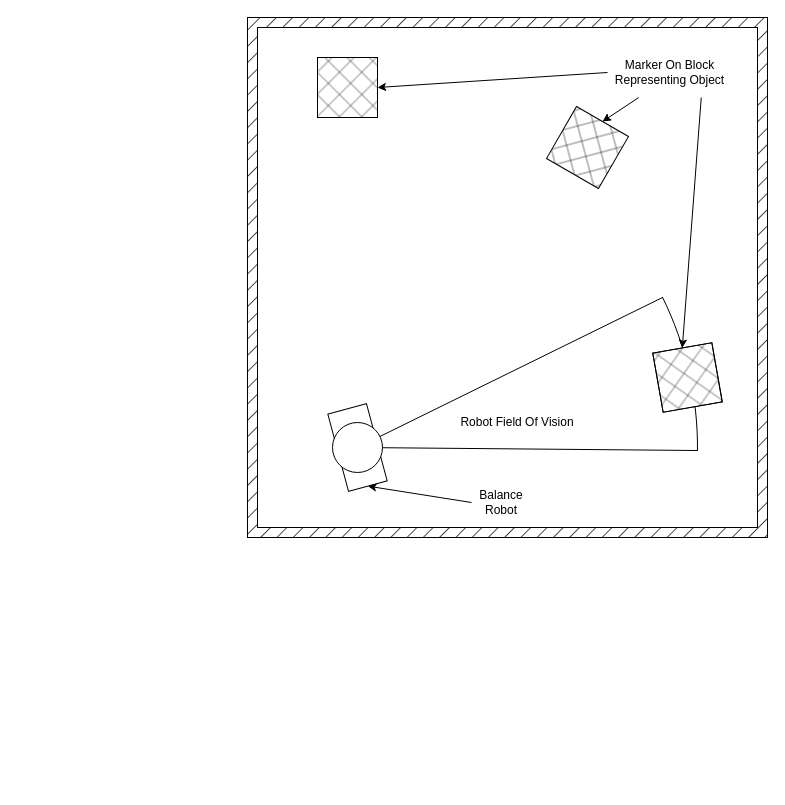
The draw.io diagram marker_proxy.drawio in mxwlc/ee2project-2024-robot-power, before the edit. Source tidied: cells renumbered, new cells numbered last; positions are measured from the earlier drawing's top-left corner, leaving out a move shared by most shapes. Both pictures are drawn from the tidied source at 100%, with x=0, y=0 at pixel (17, 17).
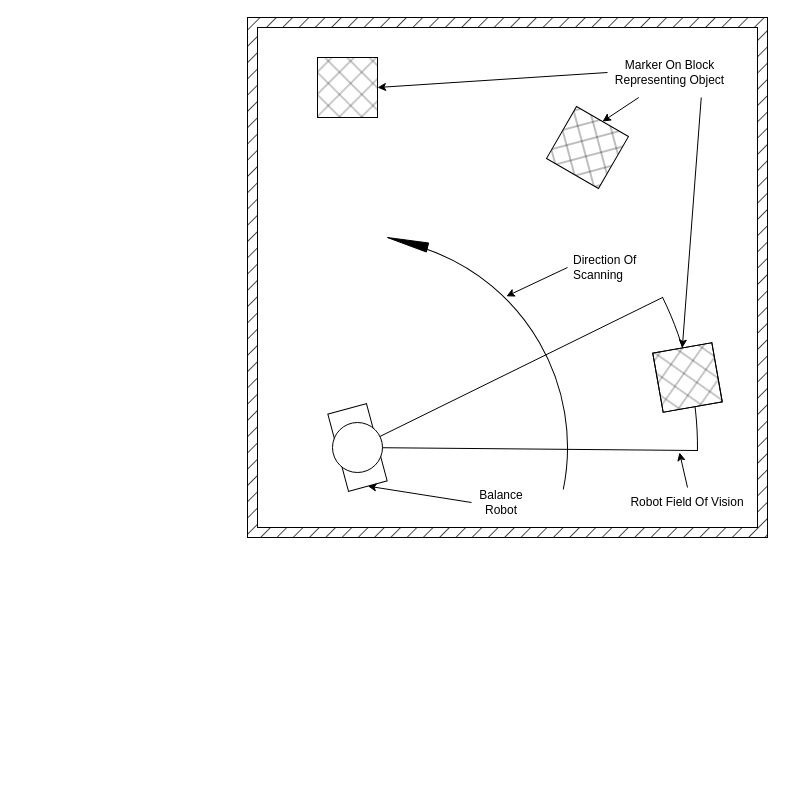
Above is the later version.

Diff of the diagram source:
```diff
@@
-    <mxCell id="5" style="group;fillColor=none;" parent="4" vertex="1">
-      <mxGeometry y="90" width="680" height="680" as="geometry" />
-    </mxCell>
-    <mxCell id="6" style="verticalLabelPosition=bottom;verticalAlign=top;html=1;shape=mxgraph.basic.arc;startAngle=0.6769589164706004;endAngle=0.7515914963824541;direction=west;" parent="5" vertex="1">
-      <mxGeometry width="680" height="680" as="geometry" />
+    <mxCell id="6" style="verticalLabelPosition=bottom;verticalAlign=top;html=1;shape=mxgraph.basic.arc;startAngle=0.6769589164706004;endAngle=0.7515914963824541;direction=west;fillColor=#2B2B2B;" parent="4" vertex="1">
+      <mxGeometry y="90" width="680" height="680" as="geometry" />
     </mxCell>
-    <mxCell id="7" style="group;" parent="5" vertex="1">
-      <mxGeometry x="340" y="190" width="340" height="153" as="geometry" />
+    <mxCell id="7" style="group;" parent="4" vertex="1">
+      <mxGeometry x="340" y="280" width="340" height="153" as="geometry" />
     </mxCell>
@@
+    <mxCell id="24" style="rounded=0;jettySize=auto;html=1;exitX=0.5;exitY=0;exitDx=0;exitDy=0;" parent="4" edge="1" source="10">
+      <mxGeometry relative="1" as="geometry">
+        <mxPoint x="662" y="435" as="targetPoint" />
+      </mxGeometry>
+    </mxCell>
-    <mxCell id="10" value="Robot Field Of Vision" style="text;html=1;align=center;verticalAlign=middle;whiteSpace=wrap;rounded=0;rotation=0;" parent="7" vertex="1">
-      <mxGeometry x="80" y="110" width="160" height="30" as="geometry" />
+    <mxCell id="10" value="Robot Field Of Vision" style="text;html=1;align=center;verticalAlign=middle;whiteSpace=wrap;rounded=0;rotation=0;" parent="4" vertex="1">
+      <mxGeometry x="590" y="470" width="160" height="30" as="geometry" />
     </mxCell>
+    <mxCell id="25" parent="0" />
+    <mxCell id="26" style="verticalLabelPosition=bottom;verticalAlign=top;html=1;shape=mxgraph.basic.arc;startAngle=0.5434506846033575;endAngle=0.7736965711387448;rotation=-177;" parent="25" vertex="1">
+      <mxGeometry x="130" y="220" width="420" height="420" as="geometry" />
+    </mxCell>
+    <mxCell id="27" style="shape=mxgraph.arrows2.wedgeArrow;html=1;startWidth=4.666666666666668;fillColor=strokeColor;defaultFillColor=invert;defaultGradientColor=invert;rounded=0;entryX=0.455;entryY=1.003;entryDx=0;entryDy=0;entryPerimeter=0;" parent="25" edge="1" target="26">
+      <mxGeometry relative="1" as="geometry">
+        <mxPoint x="410" y="230" as="sourcePoint" />
+      </mxGeometry>
+    </mxCell>
+    <mxCell id="28" value="&lt;div&gt;Direction Of Scanning&lt;/div&gt;" style="text;strokeColor=none;fillColor=none;align=left;verticalAlign=middle;spacingLeft=4;spacingRight=4;overflow=hidden;points=[[0,0.5],[1,0.5]];portConstraint=eastwest;whiteSpace=wrap;html=1;" parent="25" vertex="1">
+      <mxGeometry x="550" y="220" width="80" height="60" as="geometry" />
+    </mxCell>
+    <mxCell id="29" style="rounded=0;jettySize=auto;html=1;exitX=0;exitY=0.5;exitDx=0;exitDy=0;entryX=0.165;entryY=0.878;entryDx=0;entryDy=0;entryPerimeter=0;" parent="25" edge="1" source="28" target="26">
+      <mxGeometry relative="1" as="geometry" />
+    </mxCell>
```
